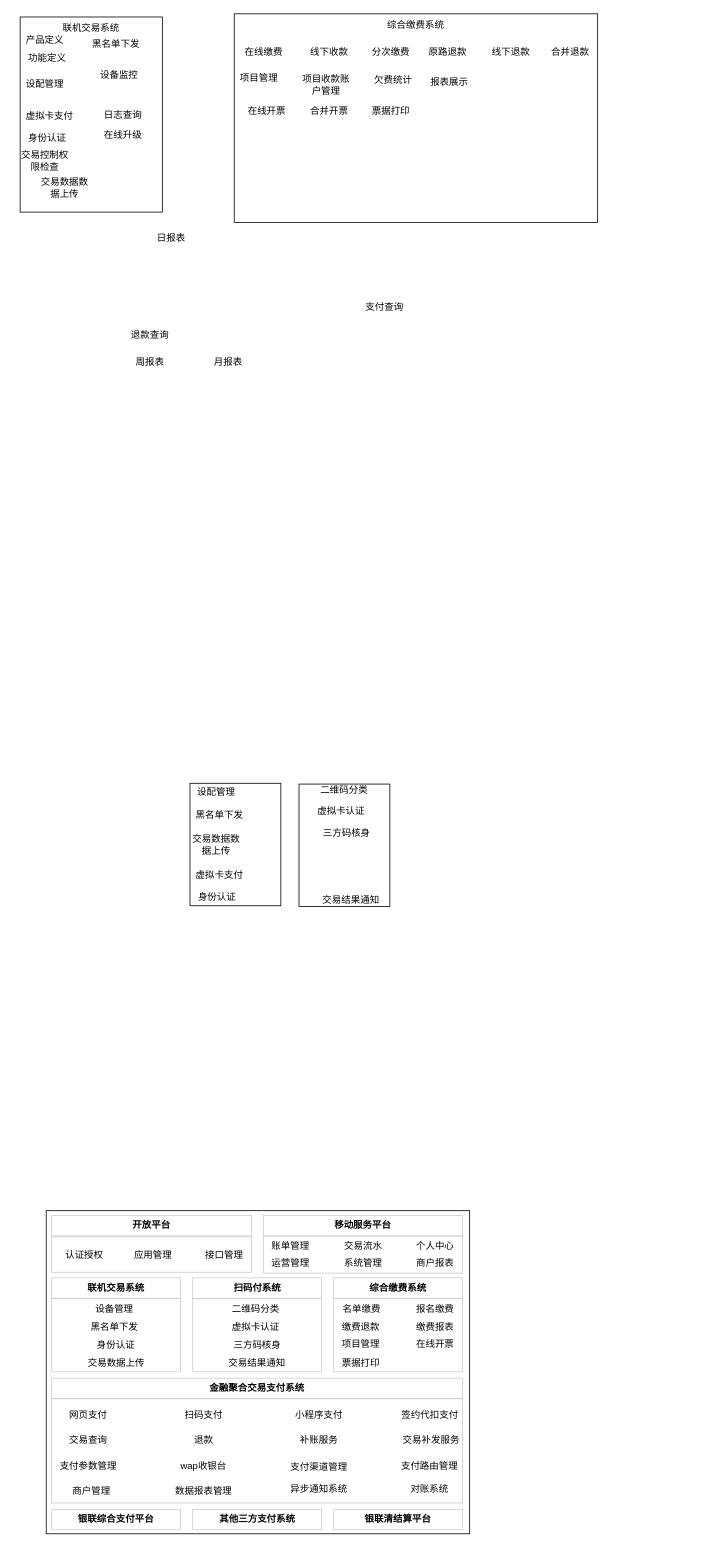
Before: 厦大-金融交易聚合支付平台.drawio in ifelsewang/draw, a draw.io diagram. Source tidied: cells renumbered, new cells numbered last; positions are measured from the earlier drawing's top-left corner, leaving out a move shared by most shapes. Both pictures are drawn from the tidied source at 79%, with x=0, y=0 at pixel (17, 13).
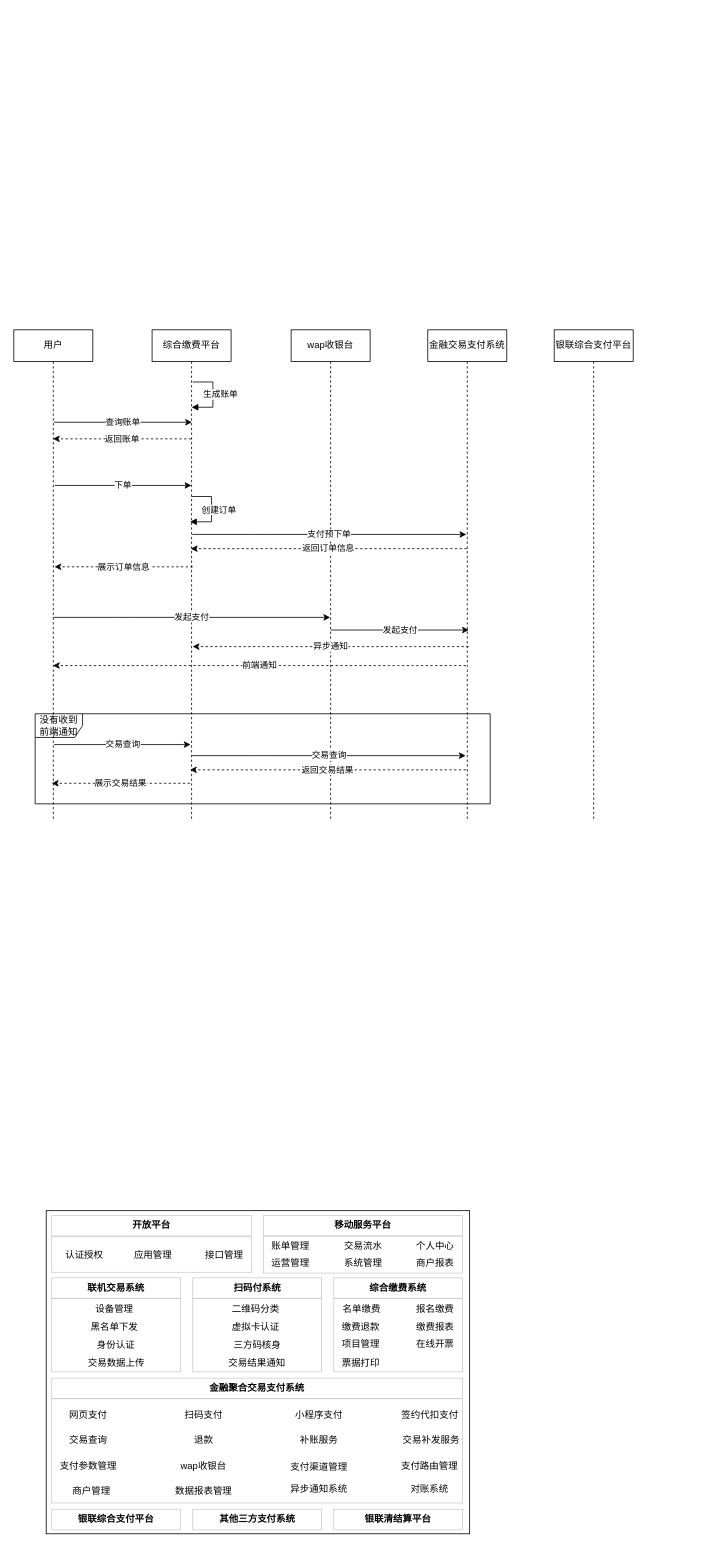
After the change.

Commit message (it also covers changes not shown here):
更新厦大-金融交易聚合支付平台.drawio

What changed in the source:
```diff
@@
+    <mxCell id="104" value="没有收到前端通知" style="shape=umlFrame;whiteSpace=wrap;html=1;" parent="1" vertex="1">
+      <mxGeometry x="22" y="886" width="576" height="114" as="geometry" />
+    </mxCell>
@@
-    <mxCell id="3" style="rounded=0;whiteSpace=wrap;html=1;verticalAlign=top;" parent="1" vertex="1">
-      <mxGeometry x="356" y="975" width="115" height="155" as="geometry" />
-    </mxCell>
-    <mxCell id="4" value="联机交易系统" style="rounded=0;whiteSpace=wrap;html=1;verticalAlign=top;" parent="1" vertex="1">
-      <mxGeometry x="3" y="4" width="180" height="247" as="geometry" />
-    </mxCell>
@@
-    <mxCell id="14" value="综合缴费系统" style="rounded=0;whiteSpace=wrap;html=1;verticalAlign=top;" parent="1" vertex="1">
-      <mxGeometry x="274" width="460" height="264" as="geometry" />
-    </mxCell>
-    <mxCell id="15" value="在线开票" style="text;html=1;strokeColor=none;fillColor=none;align=center;verticalAlign=middle;whiteSpace=wrap;rounded=0;" parent="1" vertex="1">
-      <mxGeometry x="281" y="113" width="69" height="19" as="geometry" />
-    </mxCell>
-    <mxCell id="16" value="合并开票" style="text;html=1;strokeColor=none;fillColor=none;align=center;verticalAlign=middle;whiteSpace=wrap;rounded=0;" parent="1" vertex="1">
-      <mxGeometry x="360" y="113" width="69" height="19" as="geometry" />
-    </mxCell>
-    <mxCell id="17" value="原路退款" style="text;html=1;strokeColor=none;fillColor=none;align=center;verticalAlign=middle;whiteSpace=wrap;rounded=0;" parent="1" vertex="1">
-      <mxGeometry x="510" y="38" width="69" height="19" as="geometry" />
-    </mxCell>
-    <mxCell id="18" value="合并退款" style="text;html=1;strokeColor=none;fillColor=none;align=center;verticalAlign=middle;whiteSpace=wrap;rounded=0;" parent="1" vertex="1">
-      <mxGeometry x="665" y="38" width="69" height="19" as="geometry" />
-    </mxCell>
-    <mxCell id="19" value="项目管理" style="text;html=1;strokeColor=none;fillColor=none;align=center;verticalAlign=middle;whiteSpace=wrap;rounded=0;" parent="1" vertex="1">
-      <mxGeometry x="271" y="72" width="69" height="19" as="geometry" />
-    </mxCell>
-    <mxCell id="20" value="项目收款账户管理" style="text;html=1;strokeColor=none;fillColor=none;align=center;verticalAlign=middle;whiteSpace=wrap;rounded=0;" parent="1" vertex="1">
-      <mxGeometry x="355.5" y="80" width="69" height="19" as="geometry" />
-    </mxCell>
-    <mxCell id="21" value="分次缴费" style="text;html=1;strokeColor=none;fillColor=none;align=center;verticalAlign=middle;whiteSpace=wrap;rounded=0;" parent="1" vertex="1">
-      <mxGeometry x="438" y="38" width="69" height="19" as="geometry" />
-    </mxCell>
-    <mxCell id="22" value="欠费统计" style="text;html=1;strokeColor=none;fillColor=none;align=center;verticalAlign=middle;whiteSpace=wrap;rounded=0;" parent="1" vertex="1">
-      <mxGeometry x="441" y="74" width="69" height="19" as="geometry" />
-    </mxCell>
@@
-    <mxCell id="24" value="退款查询" style="text;html=1;strokeColor=none;fillColor=none;align=center;verticalAlign=middle;whiteSpace=wrap;rounded=0;" parent="1" vertex="1">
-      <mxGeometry x="127.5" y="397" width="79" height="19" as="geometry" />
-    </mxCell>
-    <mxCell id="25" value="支付查询" style="text;html=1;strokeColor=none;fillColor=none;align=center;verticalAlign=middle;whiteSpace=wrap;rounded=0;" parent="1" vertex="1">
-      <mxGeometry x="424.5" y="362" width="79" height="19" as="geometry" />
-    </mxCell>
-    <mxCell id="26" value="产品定义" style="text;html=1;strokeColor=none;fillColor=none;align=center;verticalAlign=middle;whiteSpace=wrap;rounded=0;" parent="1" vertex="1">
-      <mxGeometry y="24" width="69" height="19" as="geometry" />
-    </mxCell>
-    <mxCell id="27" value="二维码分类" style="text;html=1;strokeColor=none;fillColor=none;align=center;verticalAlign=middle;whiteSpace=wrap;rounded=0;" parent="1" vertex="1">
-      <mxGeometry x="379" y="973" width="69" height="19" as="geometry" />
-    </mxCell>
-    <mxCell id="28" value="虚拟卡认证" style="text;html=1;strokeColor=none;fillColor=none;align=center;verticalAlign=middle;whiteSpace=wrap;rounded=0;" parent="1" vertex="1">
-      <mxGeometry x="375" y="1000" width="69" height="19" as="geometry" />
-    </mxCell>
-    <mxCell id="29" value="三方码核身" style="text;html=1;strokeColor=none;fillColor=none;align=center;verticalAlign=middle;whiteSpace=wrap;rounded=0;" parent="1" vertex="1">
-      <mxGeometry x="382" y="1027" width="69" height="19" as="geometry" />
-    </mxCell>
-    <mxCell id="30" value="交易结果通知" style="text;html=1;strokeColor=none;fillColor=none;align=center;verticalAlign=middle;whiteSpace=wrap;rounded=0;" parent="1" vertex="1">
-      <mxGeometry x="371" y="1113" width="102" height="18" as="geometry" />
-    </mxCell>
-    <mxCell id="31" value="功能定义" style="text;html=1;strokeColor=none;fillColor=none;align=center;verticalAlign=middle;whiteSpace=wrap;rounded=0;" parent="1" vertex="1">
-      <mxGeometry x="3" y="46" width="69" height="19" as="geometry" />
-    </mxCell>
-    <mxCell id="32" value="设配管理" style="text;html=1;strokeColor=none;fillColor=none;align=center;verticalAlign=middle;whiteSpace=wrap;rounded=0;" parent="1" vertex="1">
-      <mxGeometry y="79" width="69" height="19" as="geometry" />
-    </mxCell>
-    <mxCell id="33" value="虚拟卡支付" style="text;html=1;strokeColor=none;fillColor=none;align=center;verticalAlign=middle;whiteSpace=wrap;rounded=0;" parent="1" vertex="1">
-      <mxGeometry x="6" y="120" width="69" height="19" as="geometry" />
-    </mxCell>
-    <mxCell id="34" value="身份认证" style="text;html=1;strokeColor=none;fillColor=none;align=center;verticalAlign=middle;whiteSpace=wrap;rounded=0;" parent="1" vertex="1">
-      <mxGeometry x="3" y="148" width="69" height="19" as="geometry" />
-    </mxCell>
-    <mxCell id="35" value="交易控制权限检查" style="text;html=1;strokeColor=none;fillColor=none;align=center;verticalAlign=middle;whiteSpace=wrap;rounded=0;" parent="1" vertex="1">
-      <mxGeometry y="176" width="69" height="19" as="geometry" />
-    </mxCell>
-    <mxCell id="36" value="交易数据数据上传" style="text;html=1;strokeColor=none;fillColor=none;align=center;verticalAlign=middle;whiteSpace=wrap;rounded=0;" parent="1" vertex="1">
-      <mxGeometry x="25" y="210" width="69" height="19" as="geometry" />
-    </mxCell>
-    <mxCell id="37" value="黑名单下发" style="text;html=1;strokeColor=none;fillColor=none;align=center;verticalAlign=middle;whiteSpace=wrap;rounded=0;" parent="1" vertex="1">
-      <mxGeometry x="90" y="29" width="69" height="19" as="geometry" />
-    </mxCell>
-    <mxCell id="38" value="设备监控" style="text;html=1;strokeColor=none;fillColor=none;align=center;verticalAlign=middle;whiteSpace=wrap;rounded=0;" parent="1" vertex="1">
-      <mxGeometry x="94" y="68" width="69" height="19" as="geometry" />
-    </mxCell>
-    <mxCell id="39" value="日志查询" style="text;html=1;strokeColor=none;fillColor=none;align=center;verticalAlign=middle;whiteSpace=wrap;rounded=0;" parent="1" vertex="1">
-      <mxGeometry x="99" y="118" width="69" height="19" as="geometry" />
-    </mxCell>
-    <mxCell id="40" value="在线升级" style="text;html=1;strokeColor=none;fillColor=none;align=center;verticalAlign=middle;whiteSpace=wrap;rounded=0;" parent="1" vertex="1">
-      <mxGeometry x="99" y="144" width="69" height="19" as="geometry" />
-    </mxCell>
-    <mxCell id="41" value="在线缴费" style="text;html=1;strokeColor=none;fillColor=none;align=center;verticalAlign=middle;whiteSpace=wrap;rounded=0;" parent="1" vertex="1">
-      <mxGeometry x="277" y="38" width="69" height="19" as="geometry" />
-    </mxCell>
-    <mxCell id="42" value="线下收款" style="text;html=1;strokeColor=none;fillColor=none;align=center;verticalAlign=middle;whiteSpace=wrap;rounded=0;" parent="1" vertex="1">
-      <mxGeometry x="360" y="38" width="69" height="19" as="geometry" />
-    </mxCell>
-    <mxCell id="43" value="线下退款" style="text;html=1;strokeColor=none;fillColor=none;align=center;verticalAlign=middle;whiteSpace=wrap;rounded=0;" parent="1" vertex="1">
-      <mxGeometry x="590" y="38" width="69" height="19" as="geometry" />
-    </mxCell>
-    <mxCell id="44" value="票据打印" style="text;html=1;strokeColor=none;fillColor=none;align=center;verticalAlign=middle;whiteSpace=wrap;rounded=0;" parent="1" vertex="1">
-      <mxGeometry x="438" y="113" width="69" height="19" as="geometry" />
-    </mxCell>
-    <mxCell id="45" style="edgeStyle=orthogonalEdgeStyle;rounded=0;orthogonalLoop=1;jettySize=auto;html=1;exitX=0.5;exitY=1;exitDx=0;exitDy=0;" parent="1" edge="1" source="22" target="22">
-      <mxGeometry relative="1" as="geometry" />
-    </mxCell>
-    <mxCell id="46" value="报表展示" style="text;html=1;strokeColor=none;fillColor=none;align=center;verticalAlign=middle;whiteSpace=wrap;rounded=0;" parent="1" vertex="1">
-      <mxGeometry x="512" y="77" width="69" height="19" as="geometry" />
-    </mxCell>
@@
-    <mxCell id="49" value="日报表" style="text;html=1;strokeColor=none;fillColor=none;align=center;verticalAlign=middle;whiteSpace=wrap;rounded=0;" parent="1" vertex="1">
-      <mxGeometry x="154.5" y="274" width="79" height="19" as="geometry" />
-    </mxCell>
-    <mxCell id="50" value="周报表" style="text;html=1;strokeColor=none;fillColor=none;align=center;verticalAlign=middle;whiteSpace=wrap;rounded=0;" parent="1" vertex="1">
-      <mxGeometry x="127.5" y="431" width="79" height="19" as="geometry" />
-    </mxCell>
-    <mxCell id="51" value="月报表" style="text;html=1;strokeColor=none;fillColor=none;align=center;verticalAlign=middle;whiteSpace=wrap;rounded=0;" parent="1" vertex="1">
-      <mxGeometry x="226.5" y="431" width="79" height="19" as="geometry" />
-    </mxCell>
@@
-    <mxCell id="53" style="rounded=0;whiteSpace=wrap;html=1;verticalAlign=top;" parent="1" vertex="1">
-      <mxGeometry x="218" y="974" width="115" height="155" as="geometry" />
-    </mxCell>
-    <mxCell id="54" value="设配管理" style="text;html=1;strokeColor=none;fillColor=none;align=center;verticalAlign=middle;whiteSpace=wrap;rounded=0;" parent="1" vertex="1">
-      <mxGeometry x="217" y="975" width="69" height="19" as="geometry" />
-    </mxCell>
-    <mxCell id="55" value="虚拟卡支付" style="text;html=1;strokeColor=none;fillColor=none;align=center;verticalAlign=middle;whiteSpace=wrap;rounded=0;" parent="1" vertex="1">
-      <mxGeometry x="221" y="1080" width="69" height="19" as="geometry" />
-    </mxCell>
-    <mxCell id="56" value="身份认证" style="text;html=1;strokeColor=none;fillColor=none;align=center;verticalAlign=middle;whiteSpace=wrap;rounded=0;" parent="1" vertex="1">
-      <mxGeometry x="218" y="1108" width="69" height="19" as="geometry" />
-    </mxCell>
-    <mxCell id="57" value="交易数据数据上传" style="text;html=1;strokeColor=none;fillColor=none;align=center;verticalAlign=middle;whiteSpace=wrap;rounded=0;" parent="1" vertex="1">
-      <mxGeometry x="217" y="1042.5" width="69" height="19" as="geometry" />
-    </mxCell>
-    <mxCell id="58" value="黑名单下发" style="text;html=1;strokeColor=none;fillColor=none;align=center;verticalAlign=middle;whiteSpace=wrap;rounded=0;" parent="1" vertex="1">
-      <mxGeometry x="221" y="1005" width="69" height="19" as="geometry" />
-    </mxCell>
@@
+    <mxCell id="105" value="用户" style="shape=umlLifeline;perimeter=lifelinePerimeter;whiteSpace=wrap;html=1;outlineConnect=0;" parent="1" vertex="1">
+      <mxGeometry x="-5" y="400" width="100" height="621" as="geometry" />
+    </mxCell>
+    <mxCell id="106" value="综合缴费平台" style="shape=umlLifeline;perimeter=lifelinePerimeter;whiteSpace=wrap;html=1;" parent="1" vertex="1">
+      <mxGeometry x="170" y="400" width="100" height="622" as="geometry" />
+    </mxCell>
+    <mxCell id="107" value="wap收银台" style="shape=umlLifeline;perimeter=lifelinePerimeter;whiteSpace=wrap;html=1;outlineConnect=0;" parent="1" vertex="1">
+      <mxGeometry x="346" y="400" width="100" height="621" as="geometry" />
+    </mxCell>
+    <mxCell id="108" value="金融交易支付系统" style="shape=umlLifeline;perimeter=lifelinePerimeter;whiteSpace=wrap;html=1;" parent="1" vertex="1">
+      <mxGeometry x="519" y="400" width="100" height="621" as="geometry" />
+    </mxCell>
+    <mxCell id="109" value="查询账单" style="endArrow=classic;html=1;" parent="1" edge="1">
+      <mxGeometry relative="1" as="geometry">
+        <mxPoint x="45.7" y="517" as="sourcePoint" />
+        <mxPoint x="220.5" y="517" as="targetPoint" />
+        <Array as="points">
+          <mxPoint x="133" y="517" />
+        </Array>
+      </mxGeometry>
+    </mxCell>
+    <mxCell id="110" value="返回账单" style="endArrow=classic;html=1;dashed=1;" parent="1" edge="1">
+      <mxGeometry relative="1" as="geometry">
+        <mxPoint x="219.5" y="538" as="sourcePoint" />
+        <mxPoint x="44.5" y="538" as="targetPoint" />
+        <Array as="points">
+          <mxPoint x="143" y="538" />
+        </Array>
+      </mxGeometry>
+    </mxCell>
+    <mxCell id="111" value="下单" style="endArrow=classic;html=1;" parent="1" edge="1">
+      <mxGeometry relative="1" as="geometry">
+        <mxPoint x="47" y="597" as="sourcePoint" />
+        <mxPoint x="219.8" y="597" as="targetPoint" />
+        <Array as="points">
+          <mxPoint x="134.3" y="597" />
+        </Array>
+      </mxGeometry>
+    </mxCell>
+    <mxCell id="112" value="生成账单" style="edgeStyle=orthogonalEdgeStyle;html=1;align=left;spacingLeft=2;endArrow=block;rounded=0;" parent="1" edge="1">
+      <mxGeometry x="-0.02" y="-16" relative="1" as="geometry">
+        <mxPoint x="221.5" y="466" as="sourcePoint" />
+        <mxPoint x="220" y="498" as="targetPoint" />
+        <Array as="points">
+          <mxPoint x="247" y="466" />
+          <mxPoint x="247" y="498" />
+        </Array>
+      </mxGeometry>
+    </mxCell>
+    <mxCell id="113" value="支付预下单" style="endArrow=classic;html=1;" parent="1" edge="1">
+      <mxGeometry relative="1" as="geometry">
+        <mxPoint x="220.8" y="659" as="sourcePoint" />
+        <mxPoint x="567.8" y="659" as="targetPoint" />
+        <Array as="points">
+          <mxPoint x="308.2" y="659" />
+        </Array>
+      </mxGeometry>
+    </mxCell>
+    <mxCell id="114" value="返回订单信息" style="endArrow=classic;html=1;dashed=1;" parent="1" edge="1">
+      <mxGeometry relative="1" as="geometry">
+        <mxPoint x="568.3" y="677" as="sourcePoint" />
+        <mxPoint x="219" y="677" as="targetPoint" />
+        <Array as="points">
+          <mxPoint x="491.8" y="677" />
+        </Array>
+      </mxGeometry>
+    </mxCell>
+    <mxCell id="115" value="创建订单" style="edgeStyle=orthogonalEdgeStyle;html=1;align=left;spacingLeft=2;endArrow=block;rounded=0;" parent="1" edge="1">
+      <mxGeometry x="-0.02" y="-16" relative="1" as="geometry">
+        <mxPoint x="219.8" y="611" as="sourcePoint" />
+        <mxPoint x="218" y="643" as="targetPoint" />
+        <Array as="points">
+          <mxPoint x="245.3" y="611" />
+          <mxPoint x="245.3" y="643" />
+        </Array>
+      </mxGeometry>
+    </mxCell>
+    <mxCell id="116" value="展示订单信息" style="endArrow=classic;html=1;dashed=1;" parent="1" edge="1">
+      <mxGeometry relative="1" as="geometry">
+        <mxPoint x="221.5" y="700" as="sourcePoint" />
+        <mxPoint x="46.5" y="700" as="targetPoint" />
+        <Array as="points">
+          <mxPoint x="145" y="700" />
+        </Array>
+      </mxGeometry>
+    </mxCell>
+    <mxCell id="117" value="发起支付" style="endArrow=classic;html=1;" parent="1" edge="1" target="107">
+      <mxGeometry relative="1" as="geometry">
+        <mxPoint x="45" y="764" as="sourcePoint" />
+        <Array as="points">
+          <mxPoint x="132.3" y="764" />
+        </Array>
+      </mxGeometry>
+    </mxCell>
+    <mxCell id="118" value="发起支付" style="endArrow=classic;html=1;" parent="1" edge="1">
+      <mxGeometry relative="1" as="geometry">
+        <mxPoint x="396" y="780" as="sourcePoint" />
+        <mxPoint x="571" y="780" as="targetPoint" />
+        <Array as="points">
+          <mxPoint x="483.3" y="780" />
+        </Array>
+      </mxGeometry>
+    </mxCell>
+    <mxCell id="119" value="异步通知" style="endArrow=classic;html=1;dashed=1;" parent="1" edge="1">
+      <mxGeometry relative="1" as="geometry">
+        <mxPoint x="570.7" y="801" as="sourcePoint" />
+        <mxPoint x="221.3" y="801" as="targetPoint" />
+        <Array as="points">
+          <mxPoint x="494.2" y="801" />
+        </Array>
+      </mxGeometry>
+    </mxCell>
+    <mxCell id="120" value="前端通知" style="endArrow=classic;html=1;dashed=1;" parent="1" edge="1" target="105">
+      <mxGeometry relative="1" as="geometry">
+        <mxPoint x="567.3" y="825" as="sourcePoint" />
+        <Array as="points">
+          <mxPoint x="490.8" y="825" />
+        </Array>
+      </mxGeometry>
+    </mxCell>
+    <mxCell id="121" value="交易查询" style="endArrow=classic;html=1;" parent="1" edge="1">
+      <mxGeometry x="0.01" relative="1" as="geometry">
+        <mxPoint x="46" y="925" as="sourcePoint" />
+        <mxPoint x="218.8" y="925" as="targetPoint" />
+        <Array as="points">
+          <mxPoint x="133.3" y="925" />
+        </Array>
+      </mxGeometry>
+    </mxCell>
+    <mxCell id="122" value="交易查询" style="endArrow=classic;html=1;" parent="1" edge="1">
+      <mxGeometry relative="1" as="geometry">
+        <mxPoint x="220" y="939" as="sourcePoint" />
+        <mxPoint x="567" y="939" as="targetPoint" />
+        <Array as="points">
+          <mxPoint x="307.3" y="939" />
+        </Array>
+      </mxGeometry>
+    </mxCell>
+    <mxCell id="123" value="返回交易结果" style="endArrow=classic;html=1;dashed=1;" parent="1" edge="1">
+      <mxGeometry relative="1" as="geometry">
+        <mxPoint x="567.3" y="957" as="sourcePoint" />
+        <mxPoint x="218" y="957" as="targetPoint" />
+        <Array as="points">
+          <mxPoint x="490.8" y="957" />
+        </Array>
+      </mxGeometry>
+    </mxCell>
+    <mxCell id="124" value="展示交易结果" style="endArrow=classic;html=1;dashed=1;" parent="1" edge="1">
+      <mxGeometry relative="1" as="geometry">
+        <mxPoint x="218" y="974" as="sourcePoint" />
+        <mxPoint x="43" y="974" as="targetPoint" />
+        <Array as="points">
+          <mxPoint x="141.5" y="974" />
+        </Array>
+      </mxGeometry>
+    </mxCell>
+    <mxCell id="125" value="银联综合支付平台" style="shape=umlLifeline;perimeter=lifelinePerimeter;whiteSpace=wrap;html=1;" parent="1" vertex="1">
+      <mxGeometry x="679" y="400" width="100" height="621" as="geometry" />
+    </mxCell>
```
